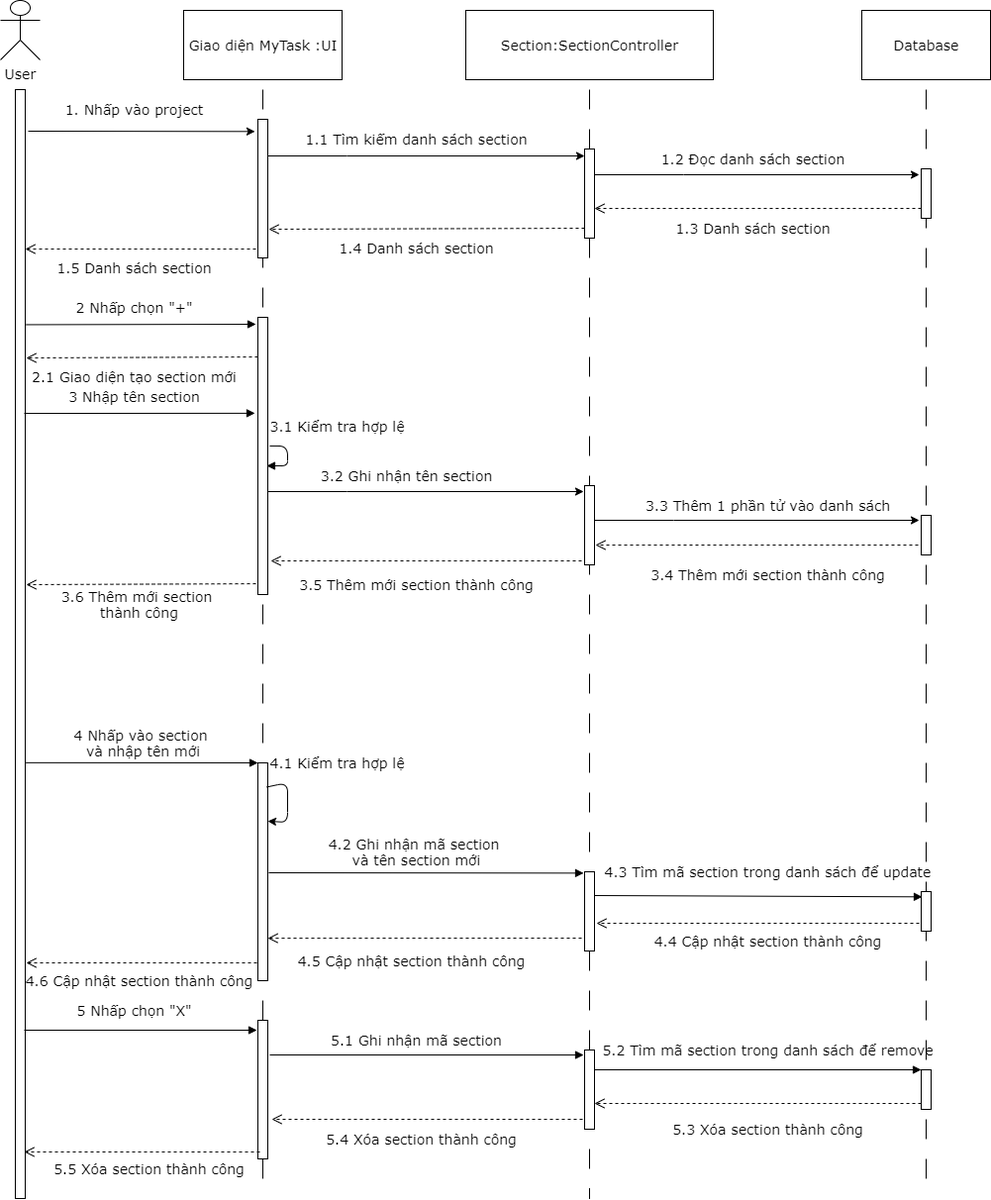
Earlier version of the draw.io export ToDoApp-Doc/Document/Diagram/Sequence Diagram/ManageSection/ManageSection_SequenceDIagram.png (Merevoli-DatLuu/To-Do-App). Source tidied: cells renumbered, new cells last; positions are measured from the earlier drawing's top-left corner, leaving out a move shared by most shapes.
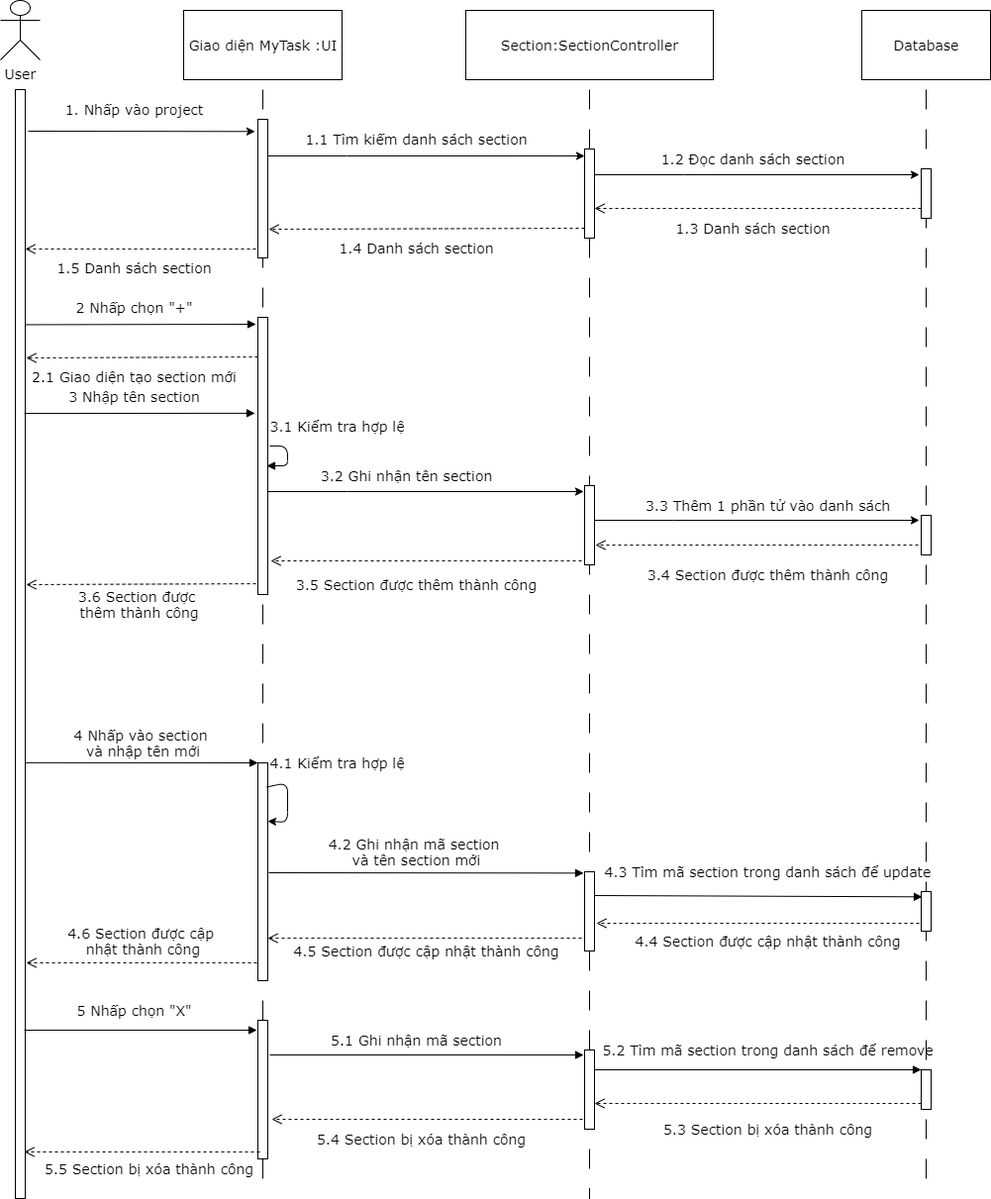
After the commit.

The edit, as a diff of the source:
```diff
@@ -204,8 +204,8 @@
         <mxPoint x="26" y="972" as="targetPoint" />
       </mxGeometry>
     </mxCell>
-    <mxCell id="54" value="4.6 Cập nhật section thành công" style="text;html=1;align=center;verticalAlign=middle;fontFamily=Verdana;fontSize=14;" parent="1" vertex="1">
-      <mxGeometry x="15" y="980" width="250" height="20" as="geometry" />
+    <mxCell id="54" value="4.6 Section được cập &lt;br&gt;nhật&amp;nbsp;thành công" style="text;html=1;align=center;verticalAlign=middle;fontFamily=Verdana;fontSize=14;" parent="1" vertex="1">
+      <mxGeometry x="64" y="930" width="160" height="40" as="geometry" />
     </mxCell>
     <mxCell id="55" style="html=1;verticalAlign=bottom;endArrow=block;fontFamily=Verdana;fontSize=14;" parent="1" edge="1">
       <mxGeometry relative="1" as="geometry">
@@ -224,19 +224,19 @@
         <mxPoint x="601" y="550" as="targetPoint" />
       </mxGeometry>
     </mxCell>
-    <mxCell id="59" value="3.4 Thêm mới section thành công" style="text;html=1;align=center;verticalAlign=middle;fontFamily=Verdana;fontSize=14;" parent="1" vertex="1">
-      <mxGeometry x="650" y="570" width="250" height="20" as="geometry" />
+    <mxCell id="59" value="3.4 Section được thêm thành công" style="text;html=1;align=center;verticalAlign=middle;fontFamily=Verdana;fontSize=14;" parent="1" vertex="1">
+      <mxGeometry x="645" y="570" width="260" height="20" as="geometry" />
     </mxCell>
     <mxCell id="60" style="html=1;verticalAlign=bottom;endArrow=open;dashed=1;endSize=8;exitX=-0.3;exitY=0.95;exitDx=0;exitDy=0;exitPerimeter=0;fontFamily=Verdana;fontSize=14;" parent="1" edge="1" source="35">
       <mxGeometry relative="1" as="geometry">
         <mxPoint x="273" y="566" as="targetPoint" />
       </mxGeometry>
     </mxCell>
-    <mxCell id="61" value="3.5 Thêm mới section thành công" style="text;html=1;align=center;verticalAlign=middle;fontFamily=Verdana;fontSize=14;" parent="1" vertex="1">
-      <mxGeometry x="295" y="580" width="250" height="20" as="geometry" />
+    <mxCell id="61" value="3.5 Section được thêm thành công" style="text;html=1;align=center;verticalAlign=middle;fontFamily=Verdana;fontSize=14;" parent="1" vertex="1">
+      <mxGeometry x="290" y="580" width="260" height="20" as="geometry" />
     </mxCell>
-    <mxCell id="62" value="3.6 Thêm mới section &lt;br&gt;thành công" style="text;html=1;align=center;verticalAlign=middle;fontFamily=Verdana;fontSize=14;" parent="1" vertex="1">
-      <mxGeometry x="55" y="590" width="170" height="40" as="geometry" />
+    <mxCell id="62" value="3.6 Section được &lt;br&gt;thêm thành công" style="text;html=1;align=center;verticalAlign=middle;fontFamily=Verdana;fontSize=14;" parent="1" vertex="1">
+      <mxGeometry x="70" y="590" width="140" height="40" as="geometry" />
     </mxCell>
     <mxCell id="63" style="html=1;verticalAlign=bottom;endArrow=open;dashed=1;endSize=8;fontFamily=Verdana;fontSize=14;" parent="1" edge="1">
       <mxGeometry relative="1" as="geometry">
@@ -244,14 +244,14 @@
         <mxPoint x="602" y="932" as="targetPoint" />
       </mxGeometry>
     </mxCell>
-    <mxCell id="64" value="4.4 Cập nhật section thành công" style="text;html=1;align=center;verticalAlign=middle;fontFamily=Verdana;fontSize=14;" parent="1" vertex="1">
-      <mxGeometry x="650" y="940" width="250" height="20" as="geometry" />
+    <mxCell id="64" value="4.4 Section được cập nhật&amp;nbsp;thành công" style="text;html=1;align=center;verticalAlign=middle;fontFamily=Verdana;fontSize=14;" parent="1" vertex="1">
+      <mxGeometry x="635" y="940" width="280" height="20" as="geometry" />
     </mxCell>
     <mxCell id="65" style="html=1;verticalAlign=bottom;endArrow=open;dashed=1;endSize=8;exitX=-0.3;exitY=0.838;exitDx=0;exitDy=0;exitPerimeter=0;entryX=1;entryY=0.805;entryDx=0;entryDy=0;entryPerimeter=0;fontFamily=Verdana;fontSize=14;" parent="1" edge="1" source="49" target="43">
       <mxGeometry relative="1" as="geometry" />
     </mxCell>
-    <mxCell id="66" value="4.5 Cập nhật section thành công" style="text;html=1;align=center;verticalAlign=middle;fontFamily=Verdana;fontSize=14;" parent="1" vertex="1">
-      <mxGeometry x="290" y="960" width="250" height="20" as="geometry" />
+    <mxCell id="66" value="4.5 Section được cập nhật&amp;nbsp;thành công" style="text;html=1;align=center;verticalAlign=middle;fontFamily=Verdana;fontSize=14;" parent="1" vertex="1">
+      <mxGeometry x="290" y="950" width="280" height="20" as="geometry" />
     </mxCell>
     <mxCell id="67" style="html=1;verticalAlign=bottom;endArrow=block;entryX=-0.1;entryY=0.063;entryDx=0;entryDy=0;entryPerimeter=0;fontFamily=Verdana;fontSize=14;" parent="1" edge="1" target="69">
       <mxGeometry relative="1" as="geometry">
@@ -278,24 +278,24 @@
         <mxPoint x="930" y="1114" as="sourcePoint" />
       </mxGeometry>
     </mxCell>
-    <mxCell id="74" value="5.3 Xóa section thành công" style="text;html=1;align=center;verticalAlign=middle;fontFamily=Verdana;fontSize=14;" parent="1" vertex="1">
-      <mxGeometry x="670" y="1130" width="210" height="20" as="geometry" />
+    <mxCell id="74" value="5.3 Section bị xóa thành công" style="text;html=1;align=center;verticalAlign=middle;fontFamily=Verdana;fontSize=14;" parent="1" vertex="1">
+      <mxGeometry x="660" y="1130" width="230" height="20" as="geometry" />
     </mxCell>
     <mxCell id="75" style="html=1;verticalAlign=bottom;endArrow=open;dashed=1;endSize=8;exitX=-0.2;exitY=0.875;exitDx=0;exitDy=0;exitPerimeter=0;fontFamily=Verdana;fontSize=14;" parent="1" edge="1" source="69">
       <mxGeometry relative="1" as="geometry">
         <mxPoint x="274" y="1130" as="targetPoint" />
       </mxGeometry>
     </mxCell>
-    <mxCell id="76" value="5.4 Xóa section thành công" style="text;html=1;align=center;verticalAlign=middle;fontFamily=Verdana;fontSize=14;" parent="1" vertex="1">
-      <mxGeometry x="320" y="1140" width="210" height="20" as="geometry" />
+    <mxCell id="76" value="5.4 Section bị xóa thành công" style="text;html=1;align=center;verticalAlign=middle;fontFamily=Verdana;fontSize=14;" parent="1" vertex="1">
+      <mxGeometry x="310" y="1140" width="230" height="20" as="geometry" />
     </mxCell>
     <mxCell id="77" style="html=1;verticalAlign=bottom;endArrow=open;dashed=1;endSize=8;entryX=0.9;entryY=0.958;entryDx=0;entryDy=0;entryPerimeter=0;fontFamily=Verdana;fontSize=14;" parent="1" edge="1" target="3">
       <mxGeometry relative="1" as="geometry">
         <mxPoint x="262" y="1163" as="sourcePoint" />
       </mxGeometry>
     </mxCell>
-    <mxCell id="78" value="5.5 Xóa section thành công" style="text;html=1;align=center;verticalAlign=middle;fontFamily=Verdana;fontSize=14;" parent="1" vertex="1">
-      <mxGeometry x="45" y="1170" width="210" height="20" as="geometry" />
+    <mxCell id="78" value="5.5 Section bị xóa thành công" style="text;html=1;align=center;verticalAlign=middle;fontFamily=Verdana;fontSize=14;" parent="1" vertex="1">
+      <mxGeometry x="35" y="1170" width="230" height="20" as="geometry" />
     </mxCell>
   </root>
 </mxGraphModel>
```
